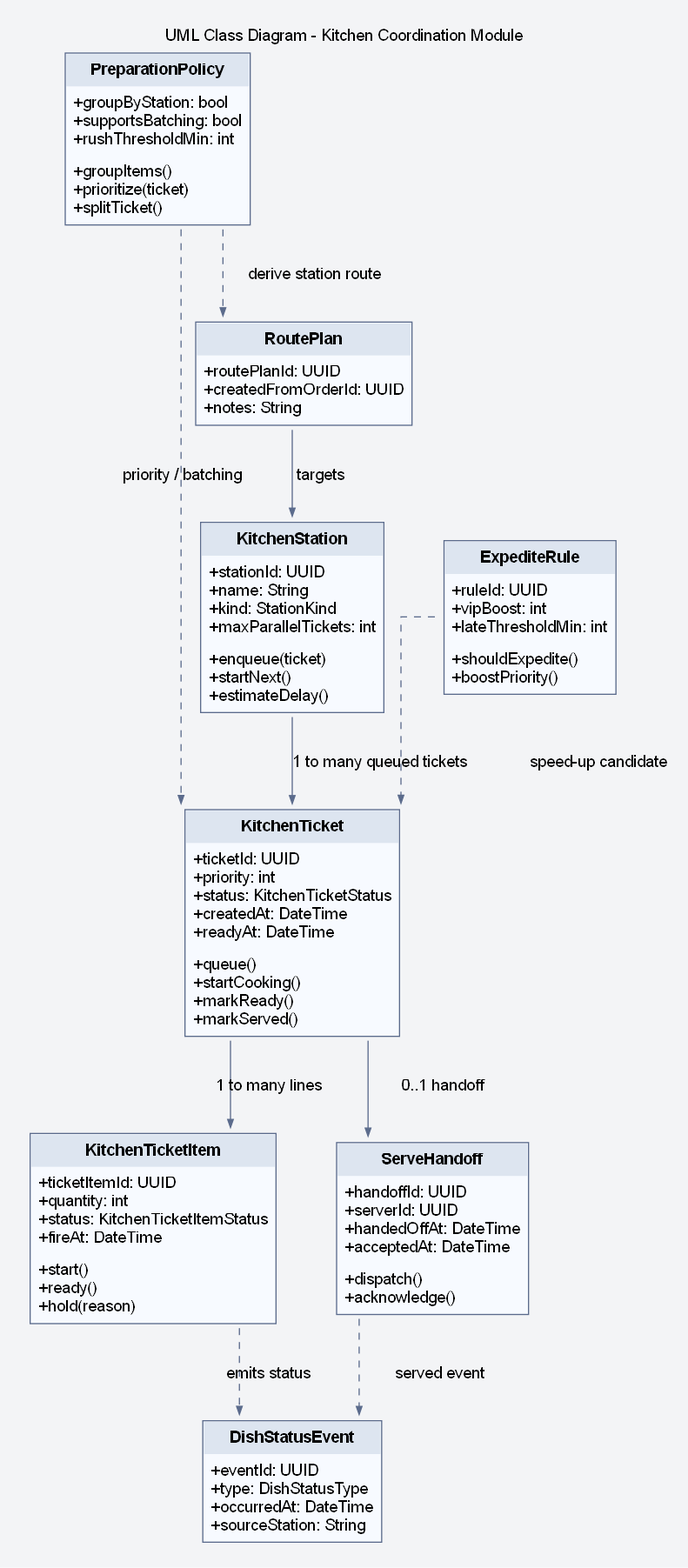
Before: assets/diagrams/rendered/design/28_uml_class_diagram_kitchen_coordination_module.png, a diagram exported from Graphviz (lehoangluan1/SA_IRMS). Its source is kept beside it as assets/diagrams/source/design/28_uml_class_diagram_kitchen_coordination_module.dot.
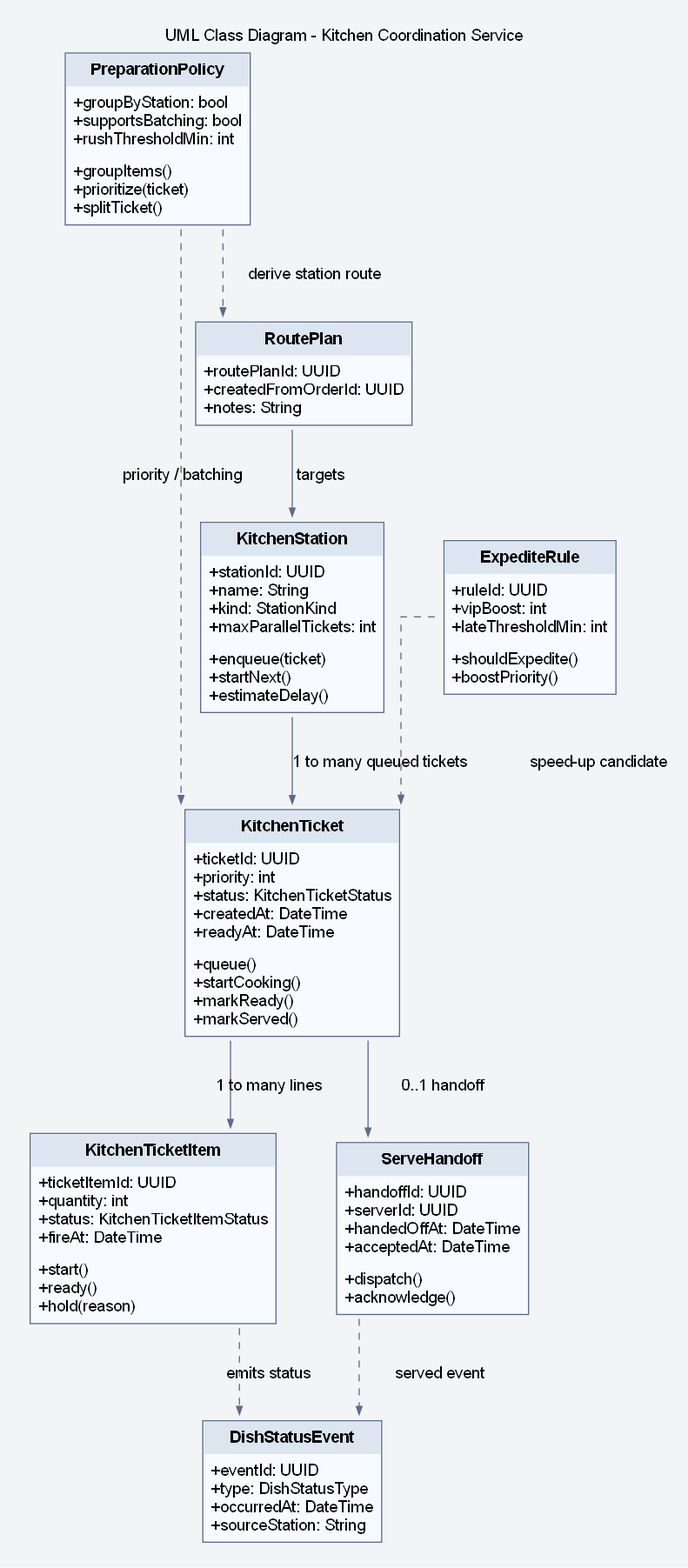
Later version of the same file.

The edit, as a diff of the source:
```diff
@@ -5,7 +5,7 @@
 edge [fontname="Arial", color="#5B6B8C", penwidth=1.0, arrowsize=0.7];
 
 labelloc="t";
-label="UML Class Diagram - Kitchen Coordination Module";
+label="UML Class Diagram - Kitchen Coordination Service";
 rankdir=TB;
 KitchenStation [label=<
 <TABLE BORDER="1" CELLBORDER="0" CELLSPACING="0" CELLPADDING="6" COLOR="#5B6B8C" BGCOLOR="#F7FAFF">
```
